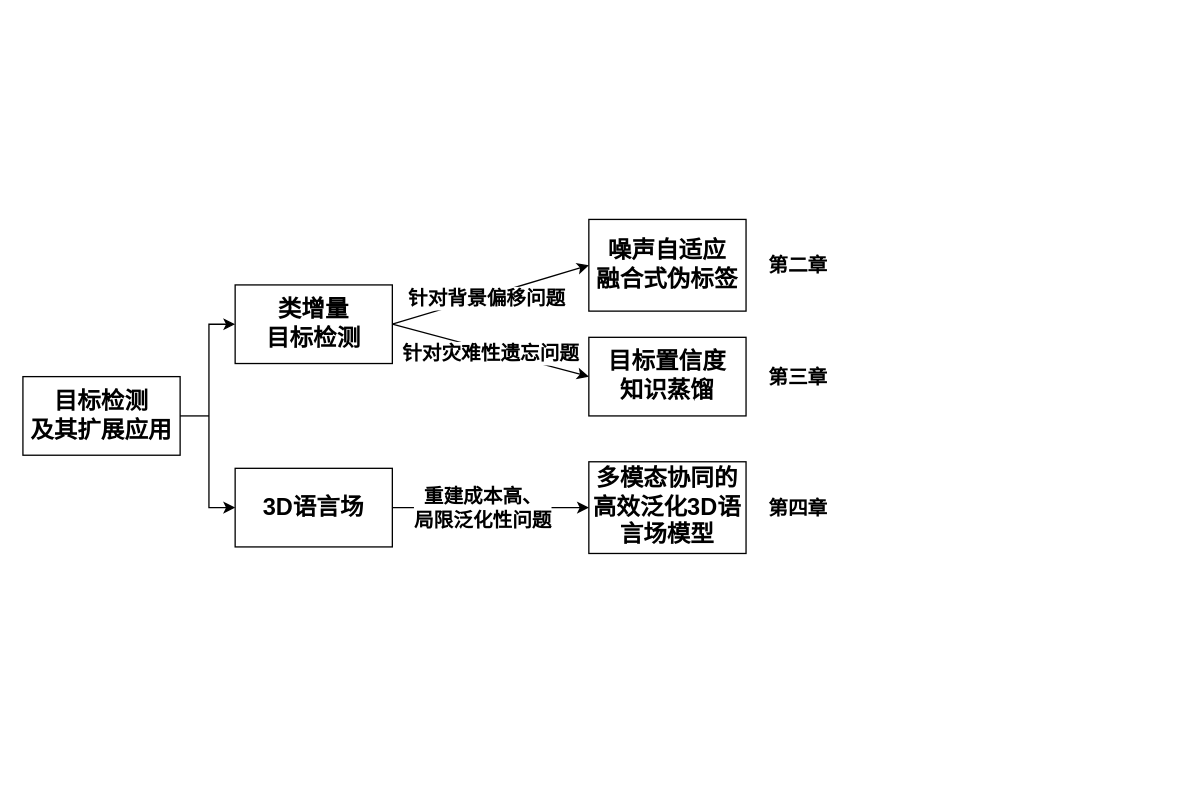
Before: 方法脉络图.drawio in wangdayan/HuffmanTree, a draw.io diagram. Source tidied: cells renumbered, new cells numbered last; positions are measured from the earlier drawing's top-left corner, leaving out a move shared by most shapes. Both pictures are drawn from the tidied source at 131%, with x=0, y=0 at pixel (22, 219).
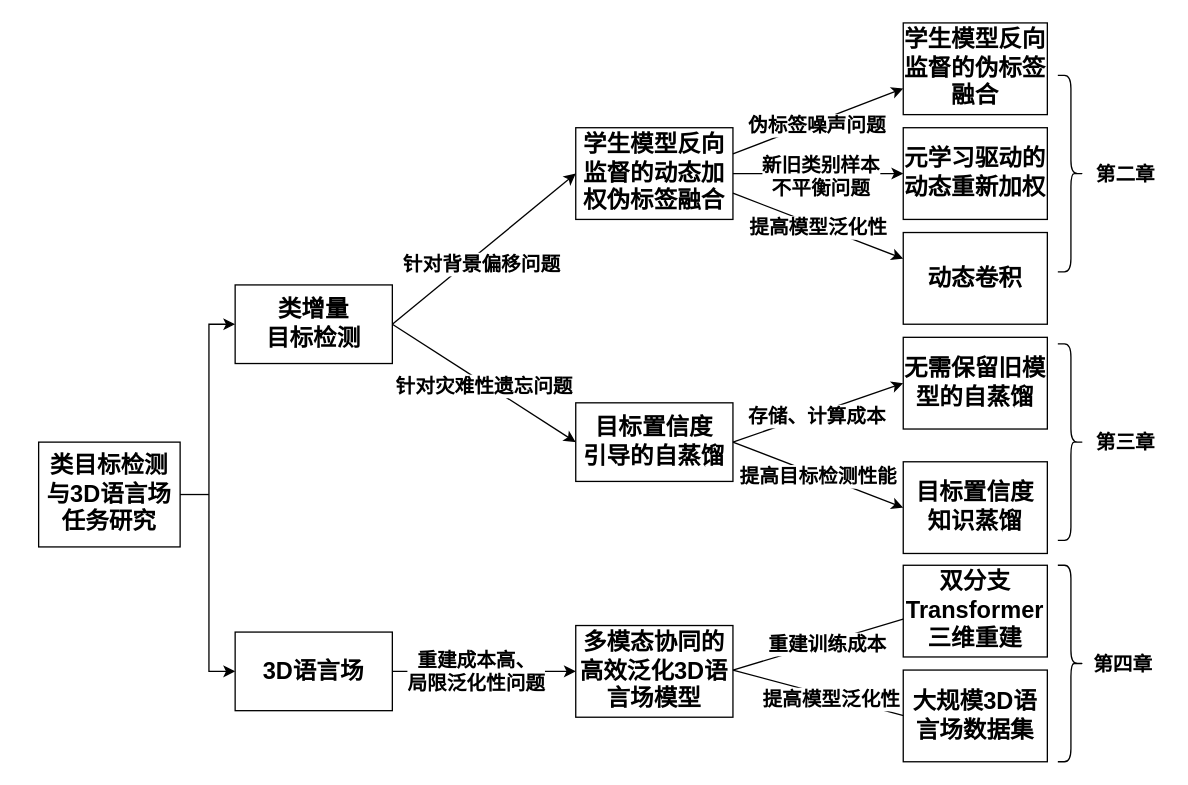
The same diagram, later.

Commit message:
更新方法脉络图.drawio

What changed in the source:
```diff
@@
-    <mxCell id="2" value="&lt;font style=&quot;font-size: 18px;&quot;&gt;&lt;b&gt;目标检测&lt;/b&gt;&lt;/font&gt;&lt;div&gt;&lt;font style=&quot;font-size: 18px;&quot;&gt;&lt;b&gt;及其扩展应用&lt;/b&gt;&lt;/font&gt;&lt;/div&gt;" style="rounded=0;whiteSpace=wrap;html=1;" parent="1" vertex="1">
-      <mxGeometry y="120" width="120" height="60" as="geometry" />
+    <mxCell id="2" value="&lt;div style=&quot;&quot;&gt;&lt;b style=&quot;background-color: transparent; font-size: 18px;&quot;&gt;类目标检测与3D语言场任务研究&lt;/b&gt;&lt;/div&gt;" style="rounded=0;whiteSpace=wrap;html=1;" parent="1" vertex="1">
+      <mxGeometry x="12" y="170" width="108" height="80" as="geometry" />
     </mxCell>
@@
     <mxCell id="4" value="&lt;span style=&quot;font-size: 18px;&quot;&gt;&lt;b&gt;3D语言场&lt;/b&gt;&lt;/span&gt;" style="rounded=0;whiteSpace=wrap;html=1;" parent="1" vertex="1">
-      <mxGeometry x="162" y="190" width="120" height="60" as="geometry" />
+      <mxGeometry x="162" y="315" width="120" height="60" as="geometry" />
     </mxCell>
     <mxCell id="5" style="endArrow=none;html=1;rounded=0;exitX=1;exitY=0.5;exitDx=0;exitDy=0;" parent="1" edge="1" source="2">
       <mxGeometry relative="1" as="geometry">
-        <mxPoint x="142" y="150" as="targetPoint" />
+        <mxPoint x="142" y="210" as="targetPoint" />
       </mxGeometry>
     </mxCell>
@@
     <mxCell id="7" style="endArrow=classic;html=1;rounded=0;entryX=0;entryY=0.5;entryDx=0;entryDy=0;" parent="1" edge="1" target="4">
       <mxGeometry relative="1" as="geometry">
         <mxPoint x="142" y="150" as="sourcePoint" />
         <Array as="points">
-          <mxPoint x="142" y="220" />
+          <mxPoint x="142" y="345" />
         </Array>
       </mxGeometry>
     </mxCell>
-    <mxCell id="8" value="&lt;span style=&quot;background-color: transparent; text-align: left;&quot;&gt;&lt;font style=&quot;font-size: 18px;&quot;&gt;&lt;b&gt;噪声自适应&lt;/b&gt;&lt;/font&gt;&lt;/span&gt;&lt;div&gt;&lt;span style=&quot;background-color: transparent; text-align: left;&quot;&gt;&lt;font style=&quot;font-size: 18px;&quot;&gt;&lt;b&gt;融合式伪标签&lt;/b&gt;&lt;/font&gt;&lt;/span&gt;&lt;/div&gt;" style="rounded=0;whiteSpace=wrap;html=1;" parent="1" vertex="1">
-      <mxGeometry x="432" width="120" height="70" as="geometry" />
+    <mxCell id="8" value="&lt;div style=&quot;&quot;&gt;&lt;span style=&quot;font-size: 18px;&quot;&gt;&lt;b&gt;学生模型反向监督的动态加权伪标签融合&lt;/b&gt;&lt;/span&gt;&lt;/div&gt;" style="rounded=0;whiteSpace=wrap;html=1;align=center;" parent="1" vertex="1">
+      <mxGeometry x="422" y="-70" width="120" height="70" as="geometry" />
     </mxCell>
-    <mxCell id="9" value="&lt;span style=&quot;font-size: 18px;&quot;&gt;&lt;b&gt;目标置信度&lt;/b&gt;&lt;/span&gt;&lt;div&gt;&lt;span style=&quot;font-size: 18px;&quot;&gt;&lt;b&gt;知识蒸馏&lt;/b&gt;&lt;/span&gt;&lt;/div&gt;" style="rounded=0;whiteSpace=wrap;html=1;" parent="1" vertex="1">
-      <mxGeometry x="432" y="90" width="120" height="60" as="geometry" />
+    <mxCell id="9" value="&lt;span style=&quot;font-size: 18px;&quot;&gt;&lt;b&gt;目标置信度&lt;/b&gt;&lt;/span&gt;&lt;div&gt;&lt;span style=&quot;font-size: 18px;&quot;&gt;&lt;b&gt;引导的自蒸馏&lt;/b&gt;&lt;/span&gt;&lt;/div&gt;" style="rounded=0;whiteSpace=wrap;html=1;" parent="1" vertex="1">
+      <mxGeometry x="422" y="140" width="120" height="60" as="geometry" />
     </mxCell>
@@
     <mxCell id="14" value="&lt;span style=&quot;font-size: 18px;&quot;&gt;&lt;b&gt;多模态协同的高效泛化3D语言场模型&lt;/b&gt;&lt;/span&gt;" style="rounded=0;whiteSpace=wrap;html=1;" parent="1" vertex="1">
-      <mxGeometry x="432" y="185" width="120" height="70" as="geometry" />
+      <mxGeometry x="422" y="310" width="120" height="70" as="geometry" />
     </mxCell>
@@
     <mxCell id="17" value="&lt;font style=&quot;font-size: 15px;&quot;&gt;&lt;b&gt;第二章&lt;/b&gt;&lt;/font&gt;" style="text;strokeColor=none;align=center;fillColor=none;html=1;verticalAlign=middle;whiteSpace=wrap;rounded=0;" parent="1" vertex="1">
-      <mxGeometry x="562" y="20" width="60" height="30" as="geometry" />
+      <mxGeometry x="812" y="-50" width="60" height="30" as="geometry" />
     </mxCell>
     <mxCell id="18" value="&lt;font style=&quot;font-size: 15px;&quot;&gt;&lt;b&gt;第三章&lt;/b&gt;&lt;/font&gt;" style="text;strokeColor=none;align=center;fillColor=none;html=1;verticalAlign=middle;whiteSpace=wrap;rounded=0;" parent="1" vertex="1">
-      <mxGeometry x="562" y="105" width="60" height="30" as="geometry" />
+      <mxGeometry x="812" y="155" width="60" height="30" as="geometry" />
     </mxCell>
     <mxCell id="19" value="&lt;font style=&quot;font-size: 15px;&quot;&gt;&lt;b&gt;第四章&lt;/b&gt;&lt;/font&gt;" style="text;strokeColor=none;align=center;fillColor=none;html=1;verticalAlign=middle;whiteSpace=wrap;rounded=0;" parent="1" vertex="1">
-      <mxGeometry x="562" y="205" width="60" height="30" as="geometry" />
+      <mxGeometry x="810" y="324" width="60" height="30" as="geometry" />
     </mxCell>
+    <mxCell id="20" style="endArrow=classic;html=1;rounded=0;exitX=1;exitY=0.5;exitDx=0;exitDy=0;" parent="1" edge="1">
+      <mxGeometry relative="1" as="geometry">
+        <mxPoint x="542" y="-50" as="sourcePoint" />
+        <mxPoint x="672" y="-100" as="targetPoint" />
+      </mxGeometry>
+    </mxCell>
+    <mxCell id="21" value="&lt;font style=&quot;font-size: 15px;&quot;&gt;&lt;b style=&quot;&quot;&gt;伪标签噪声问题&lt;/b&gt;&lt;/font&gt;" style="edgeLabel;html=1;align=center;verticalAlign=middle;" parent="20" vertex="1">
+      <mxGeometry x="-0.24" relative="1" as="geometry">
+        <mxPoint x="14" y="-3" as="offset" />
+      </mxGeometry>
+    </mxCell>
+    <mxCell id="22" style="endArrow=classic;html=1;rounded=0;exitX=1;exitY=0.5;exitDx=0;exitDy=0;" parent="1" edge="1" source="8">
+      <mxGeometry relative="1" as="geometry">
+        <mxPoint x="672" y="-35" as="targetPoint" />
+      </mxGeometry>
+    </mxCell>
+    <mxCell id="23" value="&lt;font style=&quot;font-size: 15px;&quot;&gt;&lt;b&gt;新旧类别样本&lt;/b&gt;&lt;/font&gt;&lt;div&gt;&lt;font style=&quot;font-size: 15px;&quot;&gt;&lt;b&gt;不平衡问题&lt;/b&gt;&lt;/font&gt;&lt;/div&gt;" style="edgeLabel;html=1;align=center;verticalAlign=middle;" parent="22" vertex="1">
+      <mxGeometry x="0.01" y="-2" relative="1" as="geometry">
+        <mxPoint y="-1" as="offset" />
+      </mxGeometry>
+    </mxCell>
+    <mxCell id="24" value="&lt;div style=&quot;&quot;&gt;&lt;span style=&quot;font-size: 18px;&quot;&gt;&lt;b&gt;学生模型反向监督的伪标签融合&lt;/b&gt;&lt;/span&gt;&lt;/div&gt;" style="rounded=0;whiteSpace=wrap;html=1;align=center;" parent="1" vertex="1">
+      <mxGeometry x="672" y="-150" width="110" height="70" as="geometry" />
+    </mxCell>
+    <mxCell id="25" value="&lt;div style=&quot;&quot;&gt;&lt;span style=&quot;font-size: 18px;&quot;&gt;&lt;b&gt;元学习驱动的动态重新加权&lt;/b&gt;&lt;/span&gt;&lt;/div&gt;" style="rounded=0;whiteSpace=wrap;html=1;align=center;" parent="1" vertex="1">
+      <mxGeometry x="672" y="-70" width="110" height="70" as="geometry" />
+    </mxCell>
+    <mxCell id="26" style="endArrow=classic;html=1;rounded=0;exitX=1;exitY=0.5;exitDx=0;exitDy=0;entryX=0;entryY=0.5;entryDx=0;entryDy=0;" parent="1" edge="1">
+      <mxGeometry relative="1" as="geometry">
+        <mxPoint x="542" y="344" as="sourcePoint" />
+        <mxPoint x="692" y="299" as="targetPoint" />
+      </mxGeometry>
+    </mxCell>
+    <mxCell id="27" value="&lt;font style=&quot;font-size: 15px;&quot;&gt;&lt;b style=&quot;&quot;&gt;重建训练成本&lt;/b&gt;&lt;/font&gt;" style="edgeLabel;html=1;align=center;verticalAlign=middle;" parent="26" vertex="1">
+      <mxGeometry x="-0.24" relative="1" as="geometry">
+        <mxPoint x="14" y="-3" as="offset" />
+      </mxGeometry>
+    </mxCell>
+    <mxCell id="28" style="endArrow=classic;html=1;rounded=0;exitX=1;exitY=0.5;exitDx=0;exitDy=0;entryX=0;entryY=0.5;entryDx=0;entryDy=0;" parent="1" edge="1">
+      <mxGeometry relative="1" as="geometry">
+        <mxPoint x="542" y="344" as="sourcePoint" />
+        <mxPoint x="692" y="384" as="targetPoint" />
+      </mxGeometry>
+    </mxCell>
+    <mxCell id="29" value="&lt;div&gt;&lt;font style=&quot;font-size: 15px;&quot;&gt;&lt;b&gt;提高模型泛化性&lt;/b&gt;&lt;/font&gt;&lt;/div&gt;" style="edgeLabel;html=1;align=center;verticalAlign=middle;" parent="28" vertex="1">
+      <mxGeometry x="0.01" y="-2" relative="1" as="geometry">
+        <mxPoint y="-1" as="offset" />
+      </mxGeometry>
+    </mxCell>
+    <mxCell id="30" value="&lt;div style=&quot;&quot;&gt;&lt;span style=&quot;font-size: 18px;&quot;&gt;&lt;b&gt;双分支Transformer三维重建&lt;/b&gt;&lt;/span&gt;&lt;/div&gt;" style="rounded=0;whiteSpace=wrap;html=1;align=center;" parent="1" vertex="1">
+      <mxGeometry x="672" y="264" width="110" height="70" as="geometry" />
+    </mxCell>
+    <mxCell id="31" value="&lt;div style=&quot;&quot;&gt;&lt;span style=&quot;font-size: 18px;&quot;&gt;&lt;b&gt;大规模3D语言场数据集&lt;/b&gt;&lt;/span&gt;&lt;/div&gt;" style="rounded=0;whiteSpace=wrap;html=1;align=center;" parent="1" vertex="1">
+      <mxGeometry x="672" y="344" width="110" height="70" as="geometry" />
+    </mxCell>
+    <mxCell id="32" style="endArrow=classic;html=1;rounded=0;exitX=1;exitY=0.5;exitDx=0;exitDy=0;" parent="1" edge="1">
+      <mxGeometry relative="1" as="geometry">
+        <mxPoint x="542" y="-20" as="sourcePoint" />
+        <mxPoint x="672" y="30" as="targetPoint" />
+      </mxGeometry>
+    </mxCell>
+    <mxCell id="33" value="&lt;span style=&quot;font-size: 15px;&quot;&gt;&lt;b&gt;提高模型泛化性&lt;/b&gt;&lt;/span&gt;" style="edgeLabel;html=1;align=center;verticalAlign=middle;" parent="32" vertex="1">
+      <mxGeometry x="0.01" y="-2" relative="1" as="geometry">
+        <mxPoint y="-1" as="offset" />
+      </mxGeometry>
+    </mxCell>
+    <mxCell id="34" value="&lt;div style=&quot;&quot;&gt;&lt;span style=&quot;font-size: 18px;&quot;&gt;&lt;b&gt;动态卷积&lt;/b&gt;&lt;/span&gt;&lt;/div&gt;" style="rounded=0;whiteSpace=wrap;html=1;align=center;" parent="1" vertex="1">
+      <mxGeometry x="672" y="10" width="110" height="70" as="geometry" />
+    </mxCell>
+    <mxCell id="35" style="endArrow=classic;html=1;rounded=0;exitX=1;exitY=0.5;exitDx=0;exitDy=0;entryX=0;entryY=0.5;entryDx=0;entryDy=0;" parent="1" edge="1" target="37">
+      <mxGeometry relative="1" as="geometry">
+        <mxPoint x="542" y="170" as="sourcePoint" />
+      </mxGeometry>
+    </mxCell>
+    <mxCell id="36" value="&lt;span style=&quot;font-size: 15px;&quot;&gt;&lt;b&gt;提高目标检测性能&lt;/b&gt;&lt;/span&gt;" style="edgeLabel;html=1;align=center;verticalAlign=middle;" parent="35" vertex="1">
+      <mxGeometry x="0.01" y="-2" relative="1" as="geometry">
+        <mxPoint y="-1" as="offset" />
+      </mxGeometry>
+    </mxCell>
+    <mxCell id="37" value="&lt;div style=&quot;&quot;&gt;&lt;span style=&quot;font-size: 18px;&quot;&gt;&lt;b&gt;目标置信度&lt;/b&gt;&lt;/span&gt;&lt;/div&gt;&lt;div style=&quot;&quot;&gt;&lt;span style=&quot;font-size: 18px;&quot;&gt;&lt;b&gt;知识蒸馏&lt;/b&gt;&lt;/span&gt;&lt;/div&gt;" style="rounded=0;whiteSpace=wrap;html=1;align=center;" parent="1" vertex="1">
+      <mxGeometry x="672" y="185" width="110" height="70" as="geometry" />
+    </mxCell>
+    <mxCell id="38" style="endArrow=classic;html=1;rounded=0;entryX=0;entryY=0.5;entryDx=0;entryDy=0;exitX=1;exitY=0.5;exitDx=0;exitDy=0;" parent="1" edge="1" source="9" target="40">
+      <mxGeometry relative="1" as="geometry" />
+    </mxCell>
+    <mxCell id="39" value="&lt;font style=&quot;font-size: 15px;&quot;&gt;&lt;b style=&quot;&quot;&gt;存储、计算成本&lt;/b&gt;&lt;/font&gt;" style="edgeLabel;html=1;align=center;verticalAlign=middle;" parent="38" vertex="1">
+      <mxGeometry x="-0.24" relative="1" as="geometry">
+        <mxPoint x="14" y="-3" as="offset" />
+      </mxGeometry>
+    </mxCell>
+    <mxCell id="40" value="&lt;div style=&quot;&quot;&gt;&lt;span style=&quot;font-size: 18px;&quot;&gt;&lt;b&gt;无需保留旧模型的自蒸馏&lt;/b&gt;&lt;/span&gt;&lt;/div&gt;" style="rounded=0;whiteSpace=wrap;html=1;align=center;" parent="1" vertex="1">
+      <mxGeometry x="672" y="90" width="110" height="70" as="geometry" />
+    </mxCell>
+    <mxCell id="41" style="shape=curlyBracket;whiteSpace=wrap;html=1;rounded=1;flipH=1;labelPosition=right;verticalLabelPosition=middle;align=left;verticalAlign=middle;" parent="1" vertex="1">
+      <mxGeometry x="790" y="-110" width="20" height="150" as="geometry" />
+    </mxCell>
+    <mxCell id="42" style="shape=curlyBracket;whiteSpace=wrap;html=1;rounded=1;flipH=1;labelPosition=right;verticalLabelPosition=middle;align=left;verticalAlign=middle;" parent="1" vertex="1">
+      <mxGeometry x="790" y="95" width="20" height="150" as="geometry" />
+    </mxCell>
+    <mxCell id="43" style="shape=curlyBracket;whiteSpace=wrap;html=1;rounded=1;flipH=1;labelPosition=right;verticalLabelPosition=middle;align=left;verticalAlign=middle;" parent="1" vertex="1">
+      <mxGeometry x="790" y="264" width="20" height="150" as="geometry" />
+    </mxCell>
```
